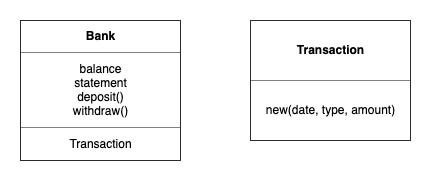
Above: images/crc.png in En-Be/bank-tech-test (draw.io), before the change. Source tidied: cells renumbered, new cells last; positions are measured from the earlier drawing's top-left corner, leaving out a move shared by most shapes. Source of this version:
```xml
<mxGraphModel>
  <root>
    <mxCell id="0" />
    <mxCell id="1" parent="0" />
    <mxCell id="2" value="&lt;table border=&quot;1&quot; width=&quot;100%&quot; cellpadding=&quot;4&quot; style=&quot;width: 100% ; height: 100% ; border-collapse: collapse&quot;&gt;&lt;tbody&gt;&lt;tr&gt;&lt;th align=&quot;center&quot;&gt;Bank&lt;/th&gt;&lt;/tr&gt;&lt;tr&gt;&lt;td align=&quot;center&quot;&gt;balance&lt;br&gt;statement&lt;br&gt;deposit()&lt;br&gt;withdraw()&lt;/td&gt;&lt;/tr&gt;&lt;tr&gt;&lt;td align=&quot;center&quot;&gt;Transaction&lt;/td&gt;&lt;/tr&gt;&lt;/tbody&gt;&lt;/table&gt;" style="text;html=1;strokeColor=none;fillColor=none;overflow=fill;" parent="1" vertex="1">
      <mxGeometry width="160" height="140" as="geometry" />
    </mxCell>
    <mxCell id="3" value="&lt;table border=&quot;1&quot; width=&quot;100%&quot; cellpadding=&quot;4&quot; style=&quot;width: 100% ; height: 100% ; border-collapse: collapse&quot;&gt;&lt;tbody&gt;&lt;tr&gt;&lt;th align=&quot;center&quot;&gt;&lt;b&gt;Transaction&lt;/b&gt;&lt;/th&gt;&lt;/tr&gt;&lt;tr&gt;&lt;td align=&quot;center&quot;&gt;new(date, type, amount)&lt;/td&gt;&lt;/tr&gt;&lt;/tbody&gt;&lt;/table&gt;" style="text;html=1;strokeColor=none;fillColor=none;overflow=fill;" parent="1" vertex="1">
      <mxGeometry x="230" width="160" height="120" as="geometry" />
    </mxCell>
  </root>
</mxGraphModel>
```
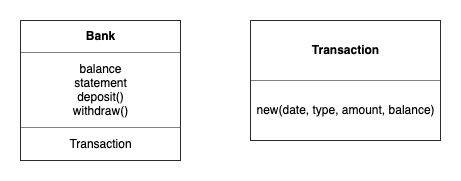
After the change.

Change to the diagram source:
```diff
@@ -5,8 +5,8 @@
     <mxCell id="2" value="&lt;table border=&quot;1&quot; width=&quot;100%&quot; cellpadding=&quot;4&quot; style=&quot;width: 100% ; height: 100% ; border-collapse: collapse&quot;&gt;&lt;tbody&gt;&lt;tr&gt;&lt;th align=&quot;center&quot;&gt;Bank&lt;/th&gt;&lt;/tr&gt;&lt;tr&gt;&lt;td align=&quot;center&quot;&gt;balance&lt;br&gt;statement&lt;br&gt;deposit()&lt;br&gt;withdraw()&lt;/td&gt;&lt;/tr&gt;&lt;tr&gt;&lt;td align=&quot;center&quot;&gt;Transaction&lt;/td&gt;&lt;/tr&gt;&lt;/tbody&gt;&lt;/table&gt;" style="text;html=1;strokeColor=none;fillColor=none;overflow=fill;" parent="1" vertex="1">
       <mxGeometry width="160" height="140" as="geometry" />
     </mxCell>
-    <mxCell id="3" value="&lt;table border=&quot;1&quot; width=&quot;100%&quot; cellpadding=&quot;4&quot; style=&quot;width: 100% ; height: 100% ; border-collapse: collapse&quot;&gt;&lt;tbody&gt;&lt;tr&gt;&lt;th align=&quot;center&quot;&gt;&lt;b&gt;Transaction&lt;/b&gt;&lt;/th&gt;&lt;/tr&gt;&lt;tr&gt;&lt;td align=&quot;center&quot;&gt;new(date, type, amount)&lt;/td&gt;&lt;/tr&gt;&lt;/tbody&gt;&lt;/table&gt;" style="text;html=1;strokeColor=none;fillColor=none;overflow=fill;" parent="1" vertex="1">
-      <mxGeometry x="230" width="160" height="120" as="geometry" />
+    <mxCell id="3" value="&lt;table border=&quot;1&quot; width=&quot;100%&quot; cellpadding=&quot;4&quot; style=&quot;width: 100% ; height: 100% ; border-collapse: collapse&quot;&gt;&lt;tbody&gt;&lt;tr&gt;&lt;th align=&quot;center&quot;&gt;&lt;b&gt;Transaction&lt;/b&gt;&lt;/th&gt;&lt;/tr&gt;&lt;tr&gt;&lt;td align=&quot;center&quot;&gt;new(date, type, amount, balance)&lt;/td&gt;&lt;/tr&gt;&lt;/tbody&gt;&lt;/table&gt;" style="text;html=1;strokeColor=none;fillColor=none;overflow=fill;" parent="1" vertex="1">
+      <mxGeometry x="230" width="190" height="120" as="geometry" />
     </mxCell>
   </root>
 </mxGraphModel>
```
